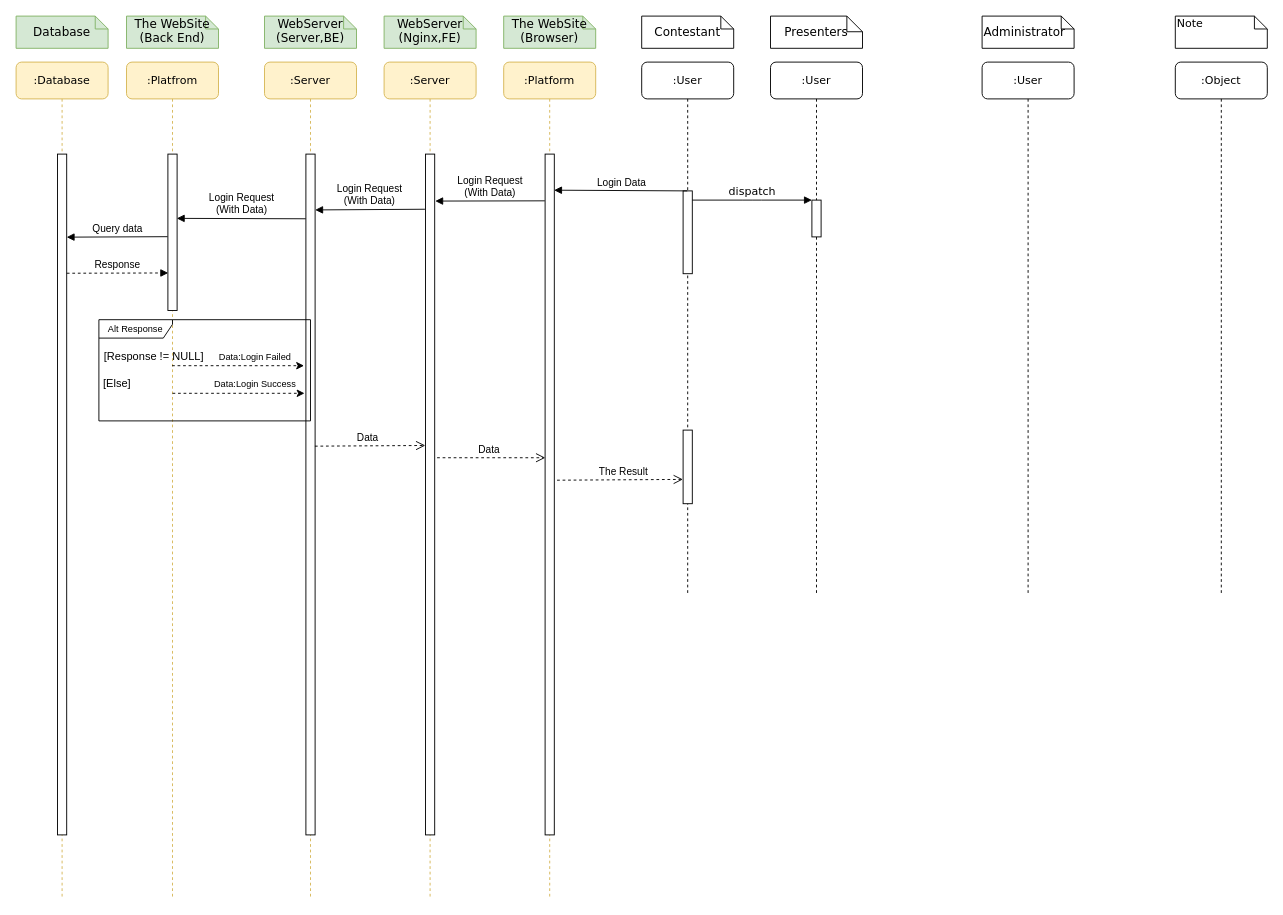
Above: Untitled Diagram.drawio in su29029/ShuiShiPin (draw.io), before the change. Source tidied: cells renumbered, new cells numbered last; positions are measured from the earlier drawing's top-left corner, leaving out a move shared by most shapes. Both pictures are drawn from the tidied source at 92%, with x=0, y=0 at pixel (16, 16).
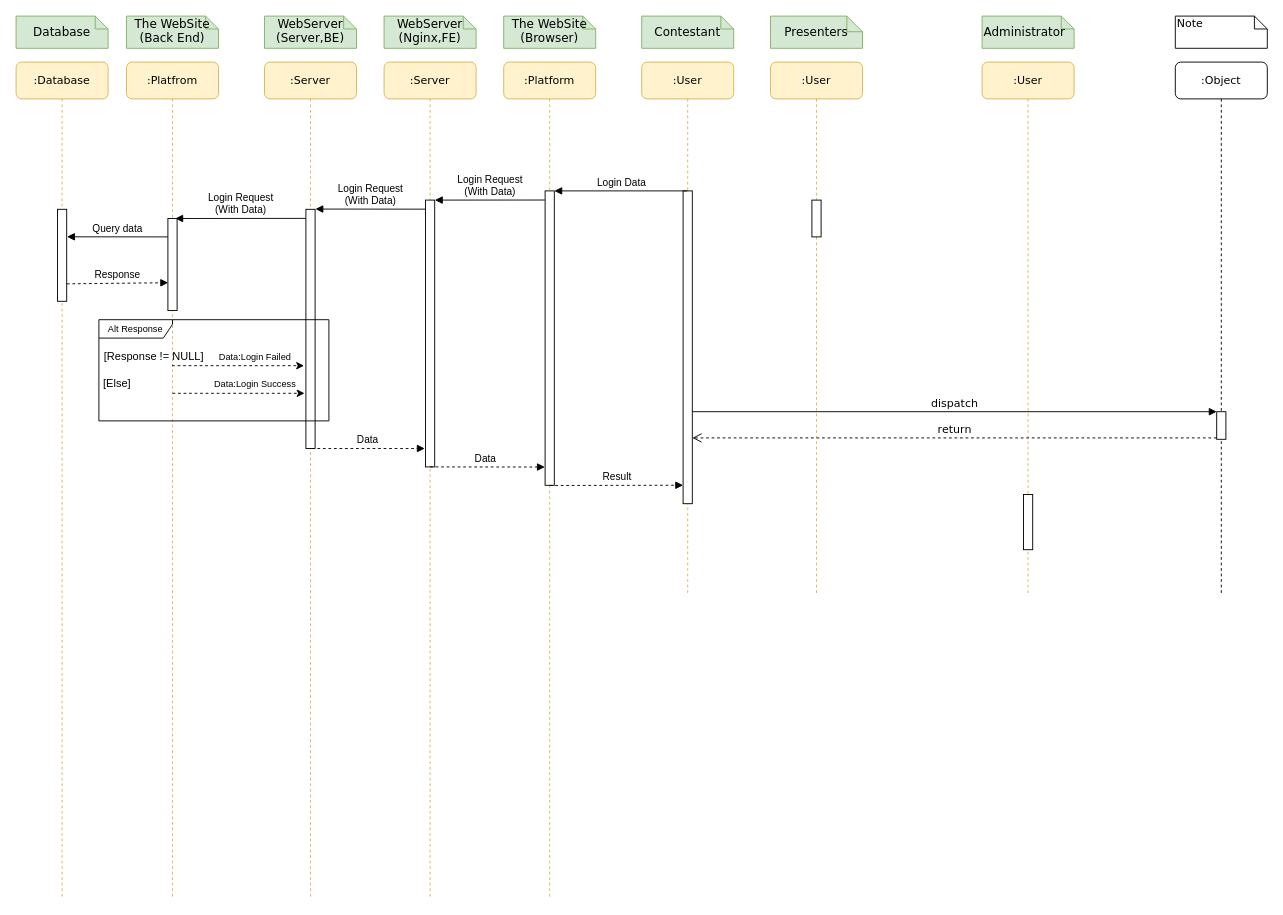
Above is the later version.

The change refers to these unchanged cells:
```xml
<mxCell id="2" value=":Database" style="shape=umlLifeline;perimeter=lifelinePerimeter;whiteSpace=wrap;html=1;rounded=1;shadow=0;comic=0;labelBackgroundColor=none;strokeWidth=1;fontFamily=Verdana;fontSize=12;align=center;fillColor=#fff2cc;strokeColor=#d6b656;" parent="1" vertex="1">
  <mxGeometry y="50" width="100" height="910" as="geometry" />
</mxCell>
<mxCell id="4" value=":Platfrom" style="shape=umlLifeline;perimeter=lifelinePerimeter;whiteSpace=wrap;html=1;outlineConnect=0;rounded=1;shadow=0;comic=0;labelBackgroundColor=none;strokeWidth=1;fontFamily=Verdana;fontSize=12;align=center;fillColor=#fff2cc;strokeColor=#d6b656;" parent="1" vertex="1">
  <mxGeometry x="120" y="50" width="100" height="910" as="geometry" />
</mxCell>
<mxCell id="10" style="html=1;points=[];perimeter=orthogonalPerimeter;rounded=0;shadow=0;comic=0;labelBackgroundColor=none;strokeWidth=1;fontFamily=Verdana;fontSize=12;align=center;" parent="9" vertex="1">
  <mxGeometry x="45" y="150" width="10" height="40" as="geometry" />
</mxCell>
<mxCell id="12" value=":Object" style="shape=umlLifeline;perimeter=lifelinePerimeter;whiteSpace=wrap;html=1;rounded=1;shadow=0;comic=0;labelBackgroundColor=none;strokeWidth=1;fontFamily=Verdana;fontSize=12;align=center;" parent="1" vertex="1">
  <mxGeometry x="1260" y="50" width="100" height="580" as="geometry" />
</mxCell>
<mxCell id="13" value=":Platform" style="shape=umlLifeline;perimeter=lifelinePerimeter;whiteSpace=wrap;html=1;rounded=1;shadow=0;comic=0;labelBackgroundColor=none;strokeWidth=1;fontFamily=Verdana;fontSize=12;align=center;fillColor=#fff2cc;strokeColor=#d6b656;" parent="1" vertex="1">
  <mxGeometry x="530" y="50" width="100" height="910" as="geometry" />
</mxCell>
<mxCell id="24" value=":Server" style="shape=umlLifeline;perimeter=lifelinePerimeter;whiteSpace=wrap;html=1;rounded=1;shadow=0;comic=0;labelBackgroundColor=none;strokeWidth=1;fontFamily=Verdana;fontSize=12;align=center;fillColor=#fff2cc;strokeColor=#d6b656;" parent="1" vertex="1">
  <mxGeometry x="400" y="50" width="100" height="910" as="geometry" />
</mxCell>
<mxCell id="26" value=":Server" style="shape=umlLifeline;perimeter=lifelinePerimeter;whiteSpace=wrap;html=1;rounded=1;shadow=0;comic=0;labelBackgroundColor=none;strokeWidth=1;fontFamily=Verdana;fontSize=12;align=center;fillColor=#fff2cc;strokeColor=#d6b656;" parent="1" vertex="1">
  <mxGeometry x="270" y="50" width="100" height="910" as="geometry" />
</mxCell>
```

What changed in the source:
```diff
@@
     <mxCell id="3" style="html=1;points=[];perimeter=orthogonalPerimeter;rounded=0;shadow=0;comic=0;labelBackgroundColor=none;strokeWidth=1;fontFamily=Verdana;fontSize=12;align=center;" parent="2" vertex="1">
-      <mxGeometry x="45" y="100" width="10" height="740" as="geometry" />
+      <mxGeometry x="45" y="160" width="10" height="100" as="geometry" />
     </mxCell>
@@
     <mxCell id="5" style="html=1;points=[];perimeter=orthogonalPerimeter;rounded=0;shadow=0;comic=0;labelBackgroundColor=none;strokeWidth=1;fontFamily=Verdana;fontSize=12;align=center;" parent="4" vertex="1">
-      <mxGeometry x="45" y="100" width="10" height="170" as="geometry" />
+      <mxGeometry x="45" y="170" width="10" height="100" as="geometry" />
     </mxCell>
-    <mxCell id="6" value=":User" style="shape=umlLifeline;perimeter=lifelinePerimeter;whiteSpace=wrap;html=1;outlineConnect=0;rounded=1;shadow=0;comic=0;labelBackgroundColor=none;strokeWidth=1;fontFamily=Verdana;fontSize=12;align=center;" parent="1" vertex="1">
+    <mxCell id="6" value=":User" style="shape=umlLifeline;perimeter=lifelinePerimeter;whiteSpace=wrap;html=1;outlineConnect=0;rounded=1;shadow=0;comic=0;labelBackgroundColor=none;strokeWidth=1;fontFamily=Verdana;fontSize=12;align=center;fillColor=#fff2cc;strokeColor=#d6b656;" parent="1" vertex="1">
       <mxGeometry x="680" y="50" width="100" height="580" as="geometry" />
     </mxCell>
     <mxCell id="7" style="html=1;points=[];perimeter=orthogonalPerimeter;rounded=0;shadow=0;comic=0;labelBackgroundColor=none;strokeWidth=1;fontFamily=Verdana;fontSize=12;align=center;" parent="6" vertex="1">
-      <mxGeometry x="45" y="140" width="10" height="90" as="geometry" />
+      <mxGeometry x="45" y="140" width="10" height="340" as="geometry" />
     </mxCell>
-    <mxCell id="8" style="html=1;points=[];perimeter=orthogonalPerimeter;rounded=0;shadow=0;comic=0;labelBackgroundColor=none;strokeWidth=1;fontFamily=Verdana;fontSize=12;align=center;" parent="6" vertex="1">
-      <mxGeometry x="45" y="400" width="10" height="80" as="geometry" />
-    </mxCell>
-    <mxCell id="9" value=":User" style="shape=umlLifeline;perimeter=lifelinePerimeter;whiteSpace=wrap;html=1;rounded=1;shadow=0;comic=0;labelBackgroundColor=none;strokeWidth=1;fontFamily=Verdana;fontSize=12;align=center;" parent="1" vertex="1">
+    <mxCell id="9" value=":User" style="shape=umlLifeline;perimeter=lifelinePerimeter;whiteSpace=wrap;html=1;rounded=1;shadow=0;comic=0;labelBackgroundColor=none;strokeWidth=1;fontFamily=Verdana;fontSize=12;align=center;fillColor=#fff2cc;strokeColor=#d6b656;" parent="1" vertex="1">
       <mxGeometry x="820" y="50" width="100" height="580" as="geometry" />
     </mxCell>
@@
-    <mxCell id="11" value=":User" style="shape=umlLifeline;perimeter=lifelinePerimeter;whiteSpace=wrap;html=1;rounded=1;shadow=0;comic=0;labelBackgroundColor=none;strokeWidth=1;fontFamily=Verdana;fontSize=12;align=center;" parent="1" vertex="1">
+    <mxCell id="11" value=":User" style="shape=umlLifeline;perimeter=lifelinePerimeter;whiteSpace=wrap;html=1;rounded=1;shadow=0;comic=0;labelBackgroundColor=none;strokeWidth=1;fontFamily=Verdana;fontSize=12;align=center;fillColor=#fff2cc;strokeColor=#d6b656;" parent="1" vertex="1">
       <mxGeometry x="1050" y="50" width="100" height="580" as="geometry" />
     </mxCell>
+    <mxCell id="45" style="html=1;perimeter=orthogonalPerimeter;rounded=0;shadow=0;comic=0;labelBackgroundColor=none;strokeWidth=1;fontFamily=Verdana;fontSize=12;align=center;" parent="11" vertex="1">
+      <mxGeometry x="45" y="470" width="10" height="60" as="geometry" />
+    </mxCell>
@@
+    <mxCell id="46" style="html=1;points=[];perimeter=orthogonalPerimeter;rounded=0;shadow=0;comic=0;labelBackgroundColor=none;strokeColor=#000000;strokeWidth=1;fillColor=#FFFFFF;fontFamily=Verdana;fontSize=12;fontColor=#000000;align=center;" parent="12" vertex="1">
+      <mxGeometry x="45" y="380" width="10" height="30" as="geometry" />
+    </mxCell>
@@
     <mxCell id="14" style="html=1;points=[];perimeter=orthogonalPerimeter;rounded=0;shadow=0;comic=0;labelBackgroundColor=none;strokeWidth=1;fontFamily=Verdana;fontSize=12;align=center;" parent="13" vertex="1">
-      <mxGeometry x="45" y="100" width="10" height="740" as="geometry" />
+      <mxGeometry x="45" y="140" width="10" height="320" as="geometry" />
     </mxCell>
-    <mxCell id="15" value="dispatch" style="html=1;verticalAlign=bottom;endArrow=block;entryX=0;entryY=0;labelBackgroundColor=none;fontFamily=Verdana;fontSize=12;edgeStyle=elbowEdgeStyle;elbow=vertical;" parent="1" edge="1" source="7" target="10">
-      <mxGeometry relative="1" as="geometry" />
+    <mxCell id="15" value="dispatch" style="html=1;verticalAlign=bottom;endArrow=block;entryX=0;entryY=0;labelBackgroundColor=none;fontFamily=Verdana;fontSize=12;" parent="1" edge="1" target="46">
+      <mxGeometry relative="1" as="geometry">
+        <mxPoint x="735" y="430" as="sourcePoint" />
+      </mxGeometry>
     </mxCell>
+    <mxCell id="47" value="return" style="html=1;verticalAlign=bottom;endArrow=open;dashed=1;endSize=8;exitX=0;exitY=0.95;labelBackgroundColor=none;fontFamily=Verdana;fontSize=12;" parent="1" edge="1" source="46">
+      <mxGeometry relative="1" as="geometry">
+        <mxPoint x="735" y="458.5" as="targetPoint" />
+      </mxGeometry>
+    </mxCell>
@@
-    <mxCell id="19" value="&lt;font style=&quot;font-size: 13px ; line-height: 260%&quot;&gt;Contestant&lt;/font&gt;" style="shape=note;whiteSpace=wrap;html=1;size=14;verticalAlign=top;align=center;spacingTop=-6;rounded=0;shadow=0;comic=0;labelBackgroundColor=none;strokeWidth=1;fontFamily=Verdana;fontSize=12;" parent="1" vertex="1">
+    <mxCell id="19" value="&lt;font style=&quot;font-size: 13px ; line-height: 260%&quot;&gt;Contestant&lt;/font&gt;" style="shape=note;whiteSpace=wrap;html=1;size=14;verticalAlign=top;align=center;spacingTop=-6;rounded=0;shadow=0;comic=0;labelBackgroundColor=none;strokeWidth=1;fontFamily=Verdana;fontSize=12;fillColor=#d5e8d4;strokeColor=#82b366;" parent="1" vertex="1">
       <mxGeometry x="680" width="100" height="35" as="geometry" />
     </mxCell>
-    <mxCell id="20" value="&lt;font style=&quot;font-size: 13px ; line-height: 260%&quot;&gt;Presenters&lt;/font&gt;" style="shape=note;whiteSpace=wrap;html=1;size=17;verticalAlign=top;align=center;spacingTop=-6;rounded=0;shadow=0;comic=0;labelBackgroundColor=none;strokeWidth=1;fontFamily=Verdana;fontSize=12;" parent="1" vertex="1">
+    <mxCell id="20" value="&lt;font style=&quot;font-size: 13px ; line-height: 260%&quot;&gt;Presenters&lt;/font&gt;" style="shape=note;whiteSpace=wrap;html=1;size=17;verticalAlign=top;align=center;spacingTop=-6;rounded=0;shadow=0;comic=0;labelBackgroundColor=none;strokeWidth=1;fontFamily=Verdana;fontSize=12;fillColor=#d5e8d4;strokeColor=#82b366;" parent="1" vertex="1">
       <mxGeometry x="820" width="100" height="35" as="geometry" />
     </mxCell>
-    <mxCell id="21" value="&lt;font style=&quot;font-size: 13px ; line-height: 260%&quot;&gt;Administrator&lt;/font&gt;" style="shape=note;whiteSpace=wrap;html=1;size=14;verticalAlign=top;align=left;spacingTop=-6;rounded=0;shadow=0;comic=0;labelBackgroundColor=none;strokeWidth=1;fontFamily=Verdana;fontSize=12;" parent="1" vertex="1">
+    <mxCell id="21" value="&lt;font style=&quot;font-size: 13px ; line-height: 260%&quot;&gt;Administrator&lt;/font&gt;" style="shape=note;whiteSpace=wrap;html=1;size=14;verticalAlign=top;align=left;spacingTop=-6;rounded=0;shadow=0;comic=0;labelBackgroundColor=none;strokeWidth=1;fontFamily=Verdana;fontSize=12;fillColor=#d5e8d4;strokeColor=#82b366;" parent="1" vertex="1">
       <mxGeometry x="1050" width="100" height="35" as="geometry" />
     </mxCell>
@@
     <mxCell id="25" style="html=1;points=[];perimeter=orthogonalPerimeter;rounded=0;shadow=0;comic=0;labelBackgroundColor=none;strokeWidth=1;fontFamily=Verdana;fontSize=12;align=center;" parent="24" vertex="1">
-      <mxGeometry x="45" y="100" width="10" height="740" as="geometry" />
+      <mxGeometry x="45" y="150" width="10" height="290" as="geometry" />
     </mxCell>
@@
     <mxCell id="27" style="html=1;points=[];perimeter=orthogonalPerimeter;rounded=0;shadow=0;comic=0;labelBackgroundColor=none;strokeWidth=1;fontFamily=Verdana;fontSize=12;align=center;" parent="26" vertex="1">
-      <mxGeometry x="45" y="100" width="10" height="740" as="geometry" />
+      <mxGeometry x="45" y="160" width="10" height="260" as="geometry" />
     </mxCell>
@@
-    <mxCell id="29" value="Login Data" style="html=1;verticalAlign=bottom;endArrow=block;entryX=0.98;entryY=0.053;entryDx=0;entryDy=0;entryPerimeter=0;" parent="1" edge="1" source="6" target="14">
+    <mxCell id="29" value="Login Data" style="html=1;verticalAlign=bottom;endArrow=block;" parent="1" edge="1" source="6" target="14">
       <mxGeometry relative="1" as="geometry">
         <Array as="points">
           <mxPoint x="730" y="190" />
         </Array>
       </mxGeometry>
     </mxCell>
-    <mxCell id="30" value="Login Request&lt;br&gt;(With Data)" style="html=1;verticalAlign=bottom;endArrow=block;entryX=1.06;entryY=0.069;entryDx=0;entryDy=0;entryPerimeter=0;" parent="1" edge="1" target="25">
-      <mxGeometry relative="1" as="geometry">
-        <mxPoint x="574.7" y="200.8" as="sourcePoint" />
-      </mxGeometry>
+    <mxCell id="30" value="Login Request&lt;br&gt;(With Data)" style="html=1;verticalAlign=bottom;endArrow=block;entryX=1.019;entryY=0;entryDx=0;entryDy=0;entryPerimeter=0;exitX=-0.029;exitY=0.031;exitDx=0;exitDy=0;exitPerimeter=0;" parent="1" edge="1" source="14" target="25">
+      <mxGeometry relative="1" as="geometry" />
     </mxCell>
-    <mxCell id="31" value="Login Request&lt;br&gt;(With Data)" style="html=1;verticalAlign=bottom;endArrow=block;entryX=1.01;entryY=0.082;entryDx=0;entryDy=0;entryPerimeter=0;exitX=-0.06;exitY=0.081;exitDx=0;exitDy=0;exitPerimeter=0;" parent="1" edge="1" source="25" target="27">
+    <mxCell id="31" value="Login Request&lt;br&gt;(With Data)" style="html=1;verticalAlign=bottom;endArrow=block;exitX=-0.011;exitY=0.034;exitDx=0;exitDy=0;exitPerimeter=0;entryX=1.037;entryY=-0.001;entryDx=0;entryDy=0;entryPerimeter=0;" parent="1" edge="1" source="25" target="27">
       <mxGeometry relative="1" as="geometry" />
     </mxCell>
-    <mxCell id="32" value="Login Request&lt;br&gt;(With Data)" style="html=1;verticalAlign=bottom;endArrow=block;exitX=-0.019;exitY=0.095;exitDx=0;exitDy=0;exitPerimeter=0;entryX=0.967;entryY=0.411;entryDx=0;entryDy=0;entryPerimeter=0;" parent="1" edge="1" source="27" target="5">
-      <mxGeometry relative="1" as="geometry" />
+    <mxCell id="32" value="Login Request&lt;br&gt;(With Data)" style="html=1;verticalAlign=bottom;endArrow=block;exitX=-0.026;exitY=0.038;exitDx=0;exitDy=0;exitPerimeter=0;" parent="1" edge="1" source="27">
+      <mxGeometry relative="1" as="geometry">
+        <mxPoint x="173" y="220" as="targetPoint" />
+      </mxGeometry>
     </mxCell>
-    <mxCell id="33" value="Query data" style="html=1;verticalAlign=bottom;endArrow=block;entryX=0.999;entryY=0.122;entryDx=0;entryDy=0;entryPerimeter=0;exitX=-0.033;exitY=0.528;exitDx=0;exitDy=0;exitPerimeter=0;" parent="1" edge="1" source="5" target="3">
-      <mxGeometry relative="1" as="geometry" />
+    <mxCell id="33" value="Query data" style="html=1;verticalAlign=bottom;endArrow=block;entryX=1.039;entryY=0.299;entryDx=0;entryDy=0;entryPerimeter=0;" parent="1" edge="1" target="3">
+      <mxGeometry relative="1" as="geometry">
+        <mxPoint x="165" y="240" as="sourcePoint" />
+      </mxGeometry>
     </mxCell>
-    <mxCell id="34" value="Response" style="html=1;verticalAlign=bottom;endArrow=block;exitX=1.011;exitY=0.175;exitDx=0;exitDy=0;exitPerimeter=0;entryX=0.033;entryY=0.76;entryDx=0;entryDy=0;entryPerimeter=0;dashed=1;" parent="1" edge="1" source="3" target="5">
+    <mxCell id="34" value="Response" style="html=1;verticalAlign=bottom;endArrow=block;exitX=1.02;exitY=0.81;exitDx=0;exitDy=0;exitPerimeter=0;entryX=0.033;entryY=0.698;entryDx=0;entryDy=0;entryPerimeter=0;dashed=1;" parent="1" edge="1" source="3" target="5">
       <mxGeometry relative="1" as="geometry" />
     </mxCell>
     <mxCell id="35" value="&lt;font style=&quot;font-size: 10px&quot;&gt;Alt Response&lt;/font&gt;" style="shape=umlFrame;whiteSpace=wrap;html=1;width=80;height=20;" parent="1" vertex="1">
-      <mxGeometry x="90" y="330" width="230" height="110" as="geometry" />
+      <mxGeometry x="90" y="330" width="250" height="110" as="geometry" />
     </mxCell>
@@
-    <mxCell id="42" value="Data" style="html=1;verticalAlign=bottom;endArrow=open;dashed=1;endSize=8;exitX=0.98;exitY=0.429;exitDx=0;exitDy=0;exitPerimeter=0;entryX=-0.02;entryY=0.428;entryDx=0;entryDy=0;entryPerimeter=0;" parent="1" edge="1" source="27" target="25">
-      <mxGeometry x="-0.05" relative="1" as="geometry" />
+    <mxCell id="42" value="Data" style="html=1;verticalAlign=bottom;endArrow=block;exitX=0.648;exitY=1;exitDx=0;exitDy=0;exitPerimeter=0;dashed=1;entryX=-0.081;entryY=0.931;entryDx=0;entryDy=0;entryPerimeter=0;" parent="1" edge="1" source="27" target="25">
+      <mxGeometry relative="1" as="geometry" />
     </mxCell>
-    <mxCell id="43" value="Data" style="html=1;verticalAlign=bottom;endArrow=open;dashed=1;endSize=8;exitX=1.26;exitY=0.446;exitDx=0;exitDy=0;exitPerimeter=0;entryX=0.02;entryY=0.446;entryDx=0;entryDy=0;entryPerimeter=0;" parent="1" edge="1" source="25" target="14">
-      <mxGeometry x="-0.05" relative="1" as="geometry" />
-    </mxCell>
-    <mxCell id="44" value="The Result" style="html=1;verticalAlign=bottom;endArrow=open;dashed=1;endSize=8;exitX=1.3;exitY=0.479;exitDx=0;exitDy=0;exitPerimeter=0;entryX=-0.02;entryY=0.67;entryDx=0;entryDy=0;entryPerimeter=0;" parent="1" edge="1" source="14" target="8">
-      <mxGeometry x="0.05" relative="1" as="geometry" />
-    </mxCell>
+    <mxCell id="48" value="Data" style="html=1;verticalAlign=bottom;endArrow=block;exitX=1.02;exitY=0.81;exitDx=0;exitDy=0;exitPerimeter=0;entryX=-0.026;entryY=0.938;entryDx=0;entryDy=0;entryPerimeter=0;dashed=1;" parent="1" edge="1" target="14">
+      <mxGeometry x="-0.04" relative="1" as="geometry">
+        <mxPoint x="450" y="490" as="sourcePoint" />
+      </mxGeometry>
+    </mxCell>
+    <mxCell id="49" value="Result" style="html=1;verticalAlign=bottom;endArrow=block;exitX=1.02;exitY=0.81;exitDx=0;exitDy=0;exitPerimeter=0;entryX=0.006;entryY=0.941;entryDx=0;entryDy=0;entryPerimeter=0;dashed=1;" parent="1" edge="1" target="7">
+      <mxGeometry relative="1" as="geometry">
+        <mxPoint x="580" y="510.2" as="sourcePoint" />
+      </mxGeometry>
+    </mxCell>
```
